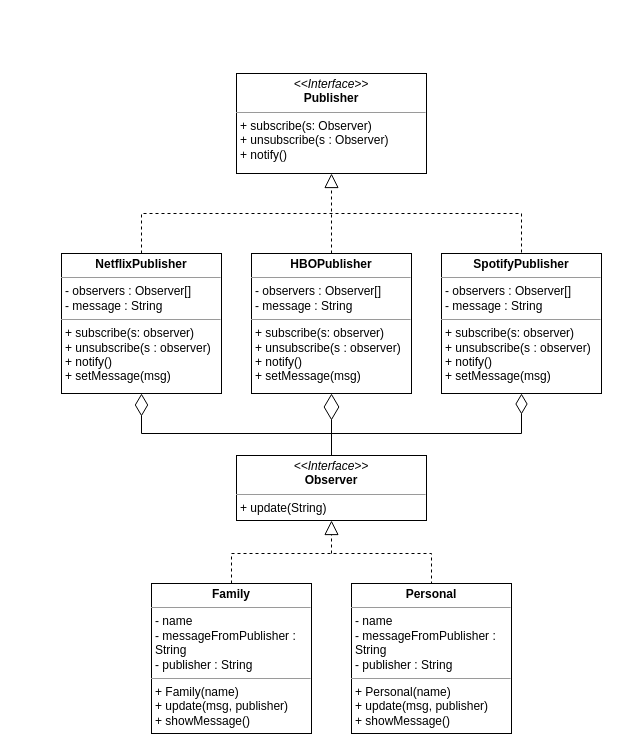
The draw.io diagram Project/behavioral/Observer/Observer.drawio in pang1217/Pattern-and-Software-Design, before the edit. Source tidied: cells renumbered, new cells numbered last; positions are measured from the earlier drawing's top-left corner, leaving out a move shared by most shapes. Both pictures are drawn from the tidied source at 100%, with x=0, y=0 at pixel (61, 73).
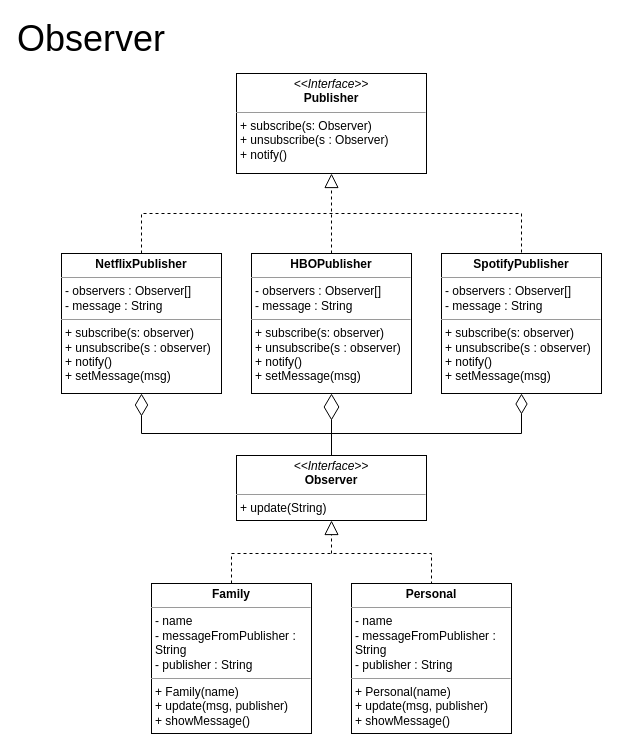
The same diagram, later.

What changed in the source:
```diff
@@
+    <mxCell id="15" value="&lt;font style=&quot;font-size: 36px;&quot;&gt;Observer&lt;/font&gt;" style="text;html=1;align=center;verticalAlign=middle;whiteSpace=wrap;rounded=0;" parent="1" vertex="1">
+      <mxGeometry y="-50" width="60" height="30" as="geometry" />
+    </mxCell>
```
